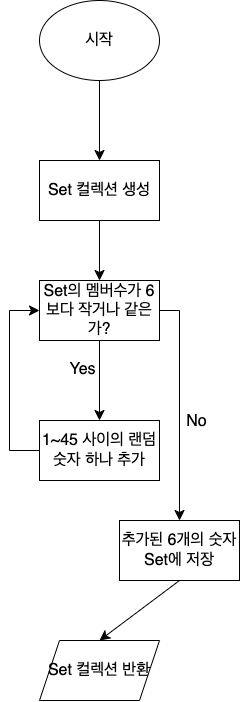
This is week2 step1.drawio.png from yagom-academy/swift-starter-Round2, a draw.io export, as it was before one commit. Source tidied: cells renumbered, new cells last; positions are measured from the earlier drawing's top-left corner, leaving out a move shared by most shapes. Source of this version:
```xml
<mxGraphModel>
  <root>
    <mxCell id="0" />
    <mxCell id="1" parent="0" />
    <mxCell id="2" value="시작" style="ellipse;whiteSpace=wrap;html=1;fontSize=16;" parent="1" vertex="1">
      <mxGeometry x="30" width="120" height="80" as="geometry" />
    </mxCell>
    <mxCell id="3" style="endArrow=classic;html=1;rounded=0;fontSize=12;startSize=8;endSize=8;curved=1;exitX=0.5;exitY=1;exitDx=0;exitDy=0;" parent="1" edge="1" source="2">
      <mxGeometry relative="1" as="geometry">
        <mxPoint x="90" y="160" as="targetPoint" />
      </mxGeometry>
    </mxCell>
    <mxCell id="4" value="Set 컬렉션 생성" style="rounded=0;whiteSpace=wrap;html=1;fontSize=16;" parent="1" vertex="1">
      <mxGeometry x="30" y="160" width="120" height="60" as="geometry" />
    </mxCell>
    <mxCell id="5" style="endArrow=classic;html=1;rounded=0;fontSize=12;startSize=8;endSize=8;curved=1;exitX=0.5;exitY=1;exitDx=0;exitDy=0;" parent="1" edge="1" source="4">
      <mxGeometry relative="1" as="geometry">
        <mxPoint x="90" y="280" as="targetPoint" />
      </mxGeometry>
    </mxCell>
    <mxCell id="6" value="Set의 멤버수가 6보다 작거나 같은가?" style="rounded=0;whiteSpace=wrap;html=1;fontSize=16;" parent="1" vertex="1">
      <mxGeometry x="30" y="280" width="120" height="60" as="geometry" />
    </mxCell>
    <mxCell id="7" style="endArrow=classic;html=1;rounded=0;fontSize=12;startSize=8;endSize=8;curved=1;exitX=0.5;exitY=1;exitDx=0;exitDy=0;entryX=0.5;entryY=0;entryDx=0;entryDy=0;" parent="1" edge="1" source="6" target="11">
      <mxGeometry relative="1" as="geometry" />
    </mxCell>
    <mxCell id="8" value="Yes" style="edgeLabel;html=1;align=center;verticalAlign=middle;fontSize=16;" parent="7" vertex="1">
      <mxGeometry x="0.04" y="2" relative="1" as="geometry">
        <mxPoint x="-20" y="-13" as="offset" />
      </mxGeometry>
    </mxCell>
    <mxCell id="9" style="endArrow=classic;html=1;rounded=0;fontSize=12;startSize=8;endSize=8;entryX=0.5;entryY=0;entryDx=0;entryDy=0;exitX=1;exitY=0.5;exitDx=0;exitDy=0;edgeStyle=orthogonalEdgeStyle;" parent="1" edge="1" source="6" target="12">
      <mxGeometry relative="1" as="geometry" />
    </mxCell>
    <mxCell id="10" value="No" style="edgeLabel;html=1;align=center;verticalAlign=middle;fontSize=16;" parent="9" vertex="1">
      <mxGeometry x="-0.22" relative="1" as="geometry">
        <mxPoint x="16" y="40" as="offset" />
      </mxGeometry>
    </mxCell>
    <mxCell id="11" value="1~45 사이의 랜덤 숫자 하나 추가" style="rounded=0;whiteSpace=wrap;html=1;fontSize=16;" parent="1" vertex="1">
      <mxGeometry x="30" y="420" width="120" height="60" as="geometry" />
    </mxCell>
    <mxCell id="12" value="추가된 6개의 숫자 Set에 저장" style="rounded=0;whiteSpace=wrap;html=1;fontSize=16;" parent="1" vertex="1">
      <mxGeometry x="110" y="520" width="120" height="60" as="geometry" />
    </mxCell>
    <mxCell id="13" style="endArrow=classic;html=1;rounded=0;fontSize=12;startSize=8;endSize=8;exitX=0;exitY=0.5;exitDx=0;exitDy=0;entryX=0;entryY=0.5;entryDx=0;entryDy=0;edgeStyle=orthogonalEdgeStyle;" parent="1" edge="1" source="11" target="6">
      <mxGeometry relative="1" as="geometry">
        <Array as="points">
          <mxPoint y="450" />
          <mxPoint y="310" />
        </Array>
      </mxGeometry>
    </mxCell>
    <mxCell id="14" style="endArrow=classic;html=1;rounded=0;fontSize=12;startSize=8;endSize=8;curved=1;exitX=0.5;exitY=1;exitDx=0;exitDy=0;entryX=0.5;entryY=0;entryDx=0;entryDy=0;" parent="1" edge="1" source="12" target="15">
      <mxGeometry relative="1" as="geometry" />
    </mxCell>
    <mxCell id="15" value="Set 컬렉션 반환" style="shape=parallelogram;perimeter=parallelogramPerimeter;whiteSpace=wrap;html=1;fixedSize=1;fontSize=16;" parent="1" vertex="1">
      <mxGeometry x="30" y="640" width="120" height="60" as="geometry" />
    </mxCell>
  </root>
</mxGraphModel>
```
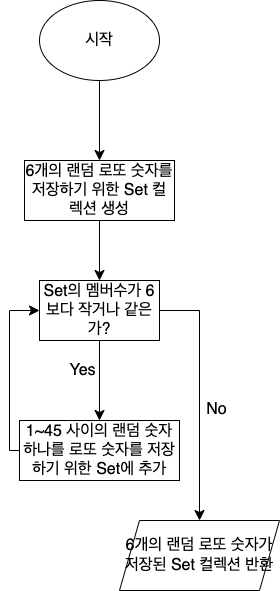
After the change.

Commit message:
swift-starter-week2

Diff of the diagram source:
```diff
@@ -10,8 +10,8 @@
         <mxPoint x="90" y="160" as="targetPoint" />
       </mxGeometry>
     </mxCell>
-    <mxCell id="4" value="Set 컬렉션 생성" style="rounded=0;whiteSpace=wrap;html=1;fontSize=16;" parent="1" vertex="1">
-      <mxGeometry x="30" y="160" width="120" height="60" as="geometry" />
+    <mxCell id="4" value="6개의 랜덤 로또 숫자를 저장하기 위한 Set 컬렉션 생성" style="rounded=0;whiteSpace=wrap;html=1;fontSize=16;" parent="1" vertex="1">
+      <mxGeometry x="15" y="160" width="150" height="60" as="geometry" />
     </mxCell>
     <mxCell id="5" style="endArrow=classic;html=1;rounded=0;fontSize=12;startSize=8;endSize=8;curved=1;exitX=0.5;exitY=1;exitDx=0;exitDy=0;" parent="1" edge="1" source="4">
       <mxGeometry relative="1" as="geometry">
@@ -29,20 +29,23 @@
         <mxPoint x="-20" y="-13" as="offset" />
       </mxGeometry>
     </mxCell>
-    <mxCell id="9" style="endArrow=classic;html=1;rounded=0;fontSize=12;startSize=8;endSize=8;entryX=0.5;entryY=0;entryDx=0;entryDy=0;exitX=1;exitY=0.5;exitDx=0;exitDy=0;edgeStyle=orthogonalEdgeStyle;" parent="1" edge="1" source="6" target="12">
-      <mxGeometry relative="1" as="geometry" />
+    <mxCell id="9" style="endArrow=classic;html=1;rounded=0;fontSize=12;startSize=8;endSize=8;entryX=0.5;entryY=0;entryDx=0;entryDy=0;exitX=1;exitY=0.5;exitDx=0;exitDy=0;edgeStyle=orthogonalEdgeStyle;" parent="1" edge="1" source="6">
+      <mxGeometry relative="1" as="geometry">
+        <mxPoint x="190" y="520" as="targetPoint" />
+        <Array as="points">
+          <mxPoint x="190" y="310" />
+          <mxPoint x="190" y="520" />
+        </Array>
+      </mxGeometry>
     </mxCell>
     <mxCell id="10" value="No" style="edgeLabel;html=1;align=center;verticalAlign=middle;fontSize=16;" parent="9" vertex="1">
       <mxGeometry x="-0.22" relative="1" as="geometry">
         <mxPoint x="16" y="40" as="offset" />
       </mxGeometry>
     </mxCell>
-    <mxCell id="11" value="1~45 사이의 랜덤 숫자 하나 추가" style="rounded=0;whiteSpace=wrap;html=1;fontSize=16;" parent="1" vertex="1">
-      <mxGeometry x="30" y="420" width="120" height="60" as="geometry" />
+    <mxCell id="11" value="1~45 사이의 랜덤 숫자 하나를 로또 숫자를 저장하기 위한 Set에 추가" style="rounded=0;whiteSpace=wrap;html=1;fontSize=16;" parent="1" vertex="1">
+      <mxGeometry x="10" y="420" width="160" height="60" as="geometry" />
     </mxCell>
-    <mxCell id="12" value="추가된 6개의 숫자 Set에 저장" style="rounded=0;whiteSpace=wrap;html=1;fontSize=16;" parent="1" vertex="1">
-      <mxGeometry x="110" y="520" width="120" height="60" as="geometry" />
-    </mxCell>
     <mxCell id="13" style="endArrow=classic;html=1;rounded=0;fontSize=12;startSize=8;endSize=8;exitX=0;exitY=0.5;exitDx=0;exitDy=0;entryX=0;entryY=0.5;entryDx=0;entryDy=0;edgeStyle=orthogonalEdgeStyle;" parent="1" edge="1" source="11" target="6">
       <mxGeometry relative="1" as="geometry">
         <Array as="points">
@@ -51,11 +54,8 @@
         </Array>
       </mxGeometry>
     </mxCell>
-    <mxCell id="14" style="endArrow=classic;html=1;rounded=0;fontSize=12;startSize=8;endSize=8;curved=1;exitX=0.5;exitY=1;exitDx=0;exitDy=0;entryX=0.5;entryY=0;entryDx=0;entryDy=0;" parent="1" edge="1" source="12" target="15">
-      <mxGeometry relative="1" as="geometry" />
-    </mxCell>
-    <mxCell id="15" value="Set 컬렉션 반환" style="shape=parallelogram;perimeter=parallelogramPerimeter;whiteSpace=wrap;html=1;fixedSize=1;fontSize=16;" parent="1" vertex="1">
-      <mxGeometry x="30" y="640" width="120" height="60" as="geometry" />
+    <mxCell id="15" value="6개의 랜덤 로또 숫자가 저장된 Set 컬렉션 반환" style="shape=parallelogram;perimeter=parallelogramPerimeter;whiteSpace=wrap;html=1;fixedSize=1;fontSize=16;" parent="1" vertex="1">
+      <mxGeometry x="110" y="520" width="160" height="70" as="geometry" />
     </mxCell>
   </root>
 </mxGraphModel>
```
